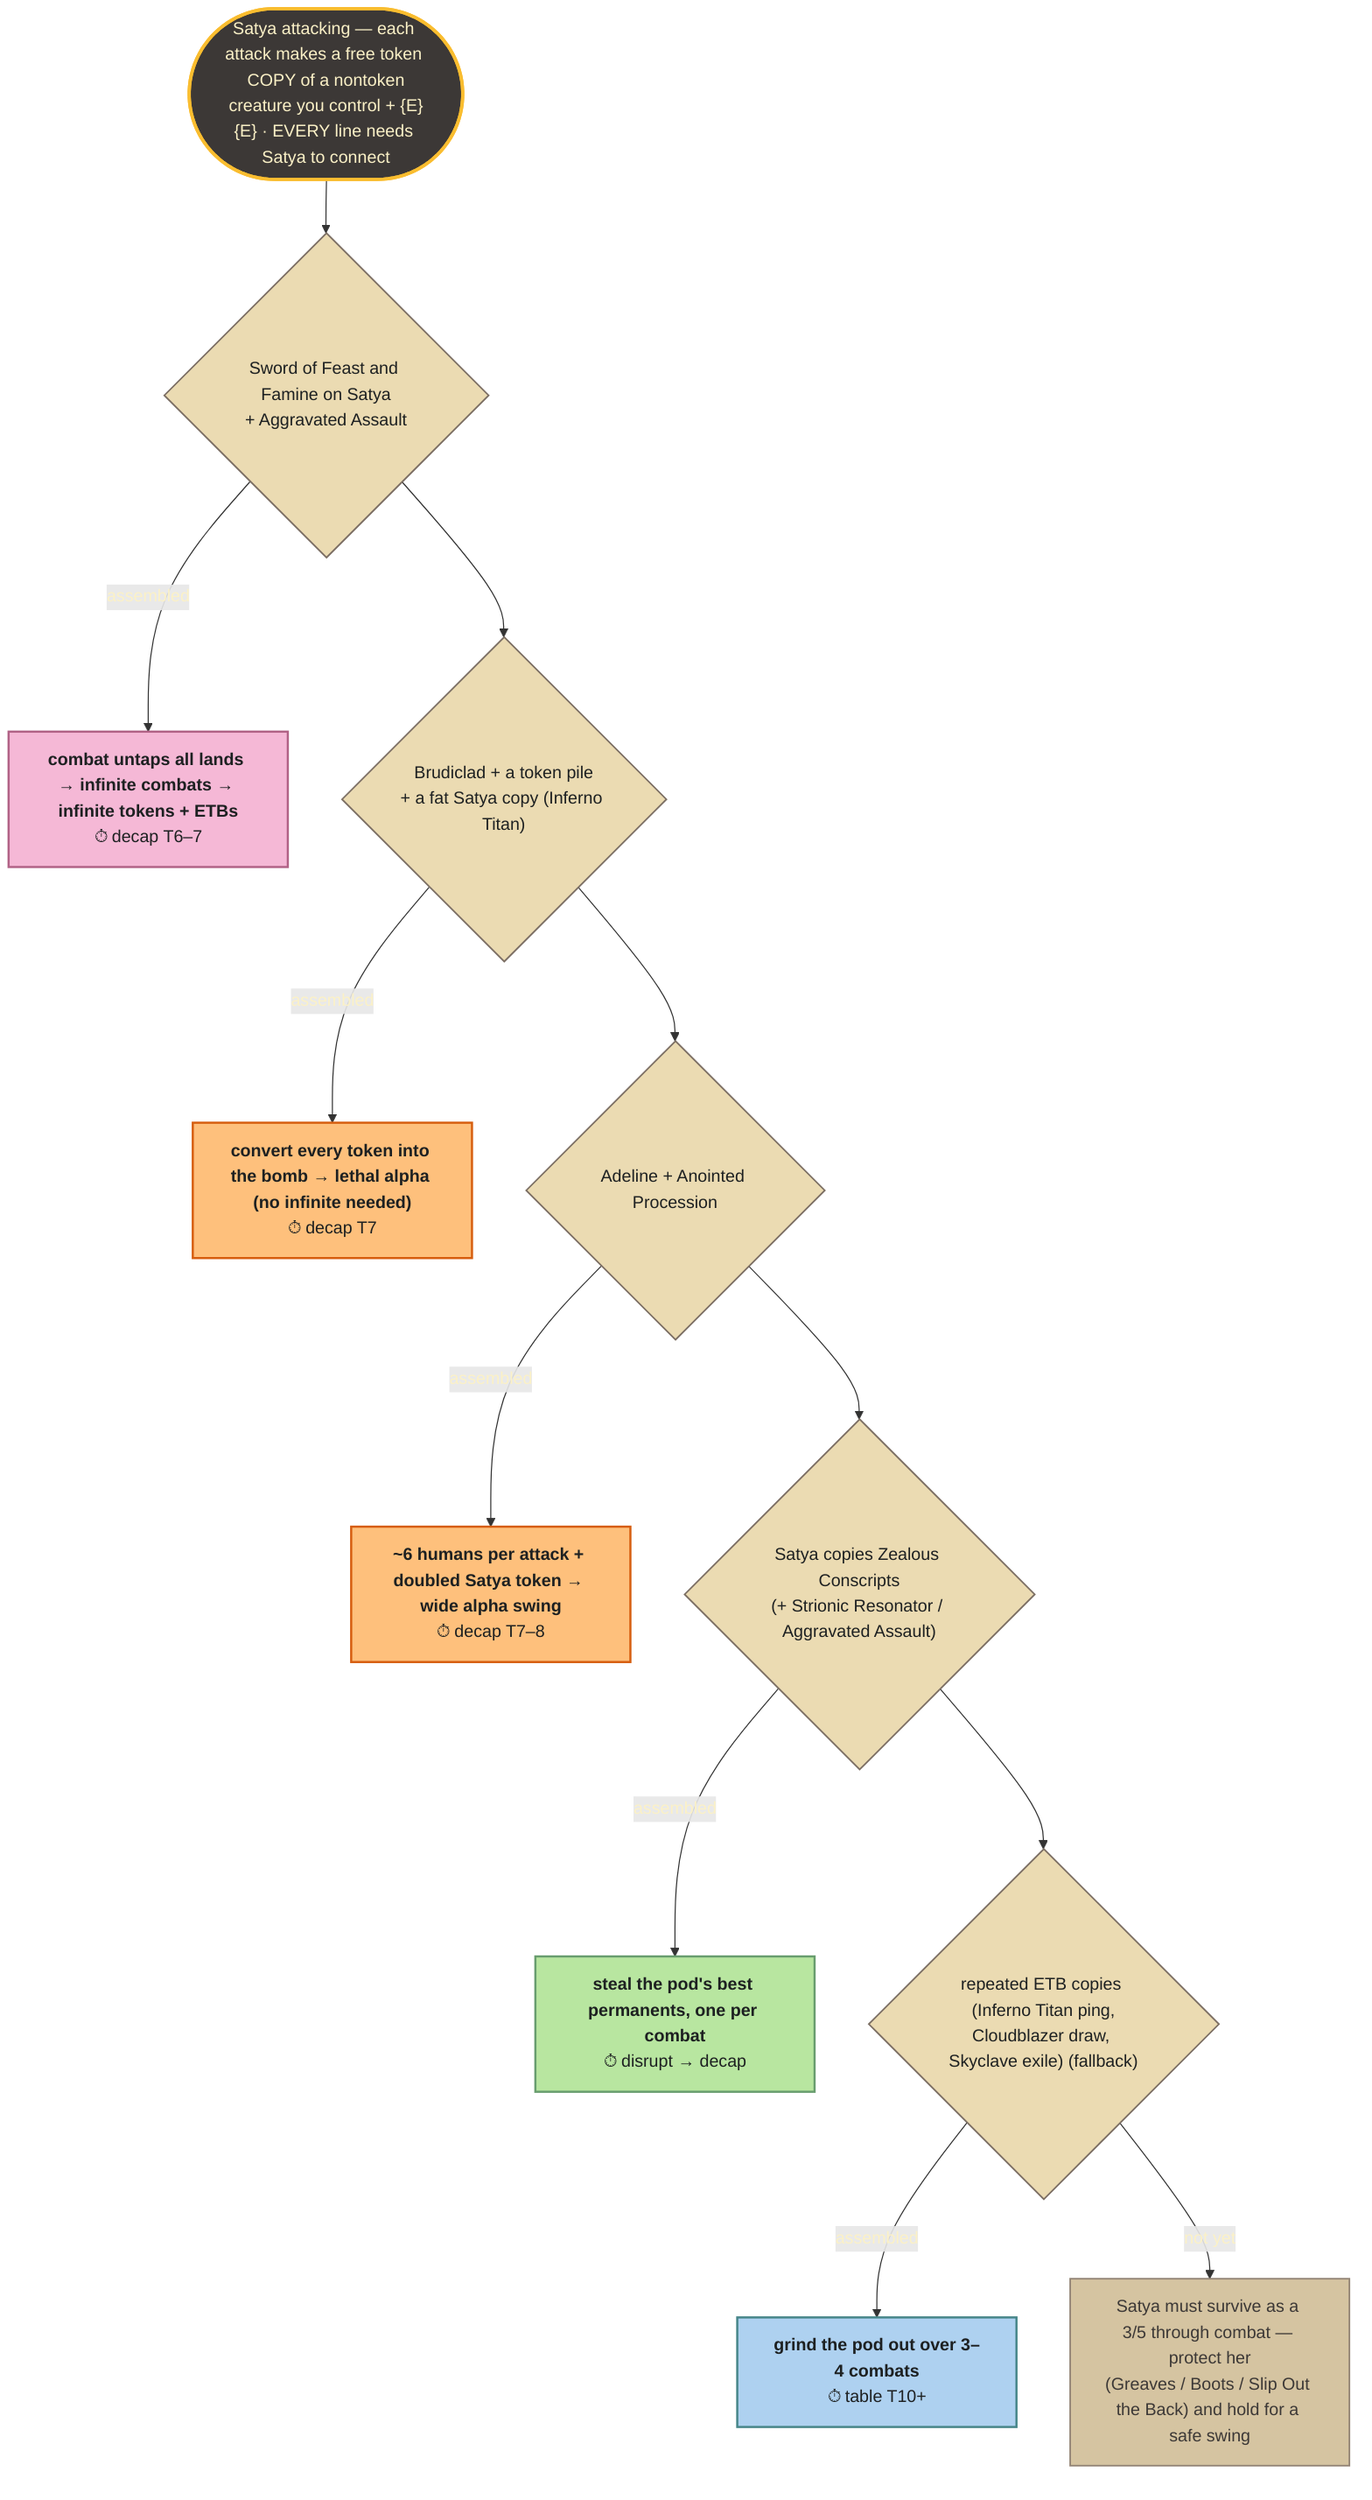
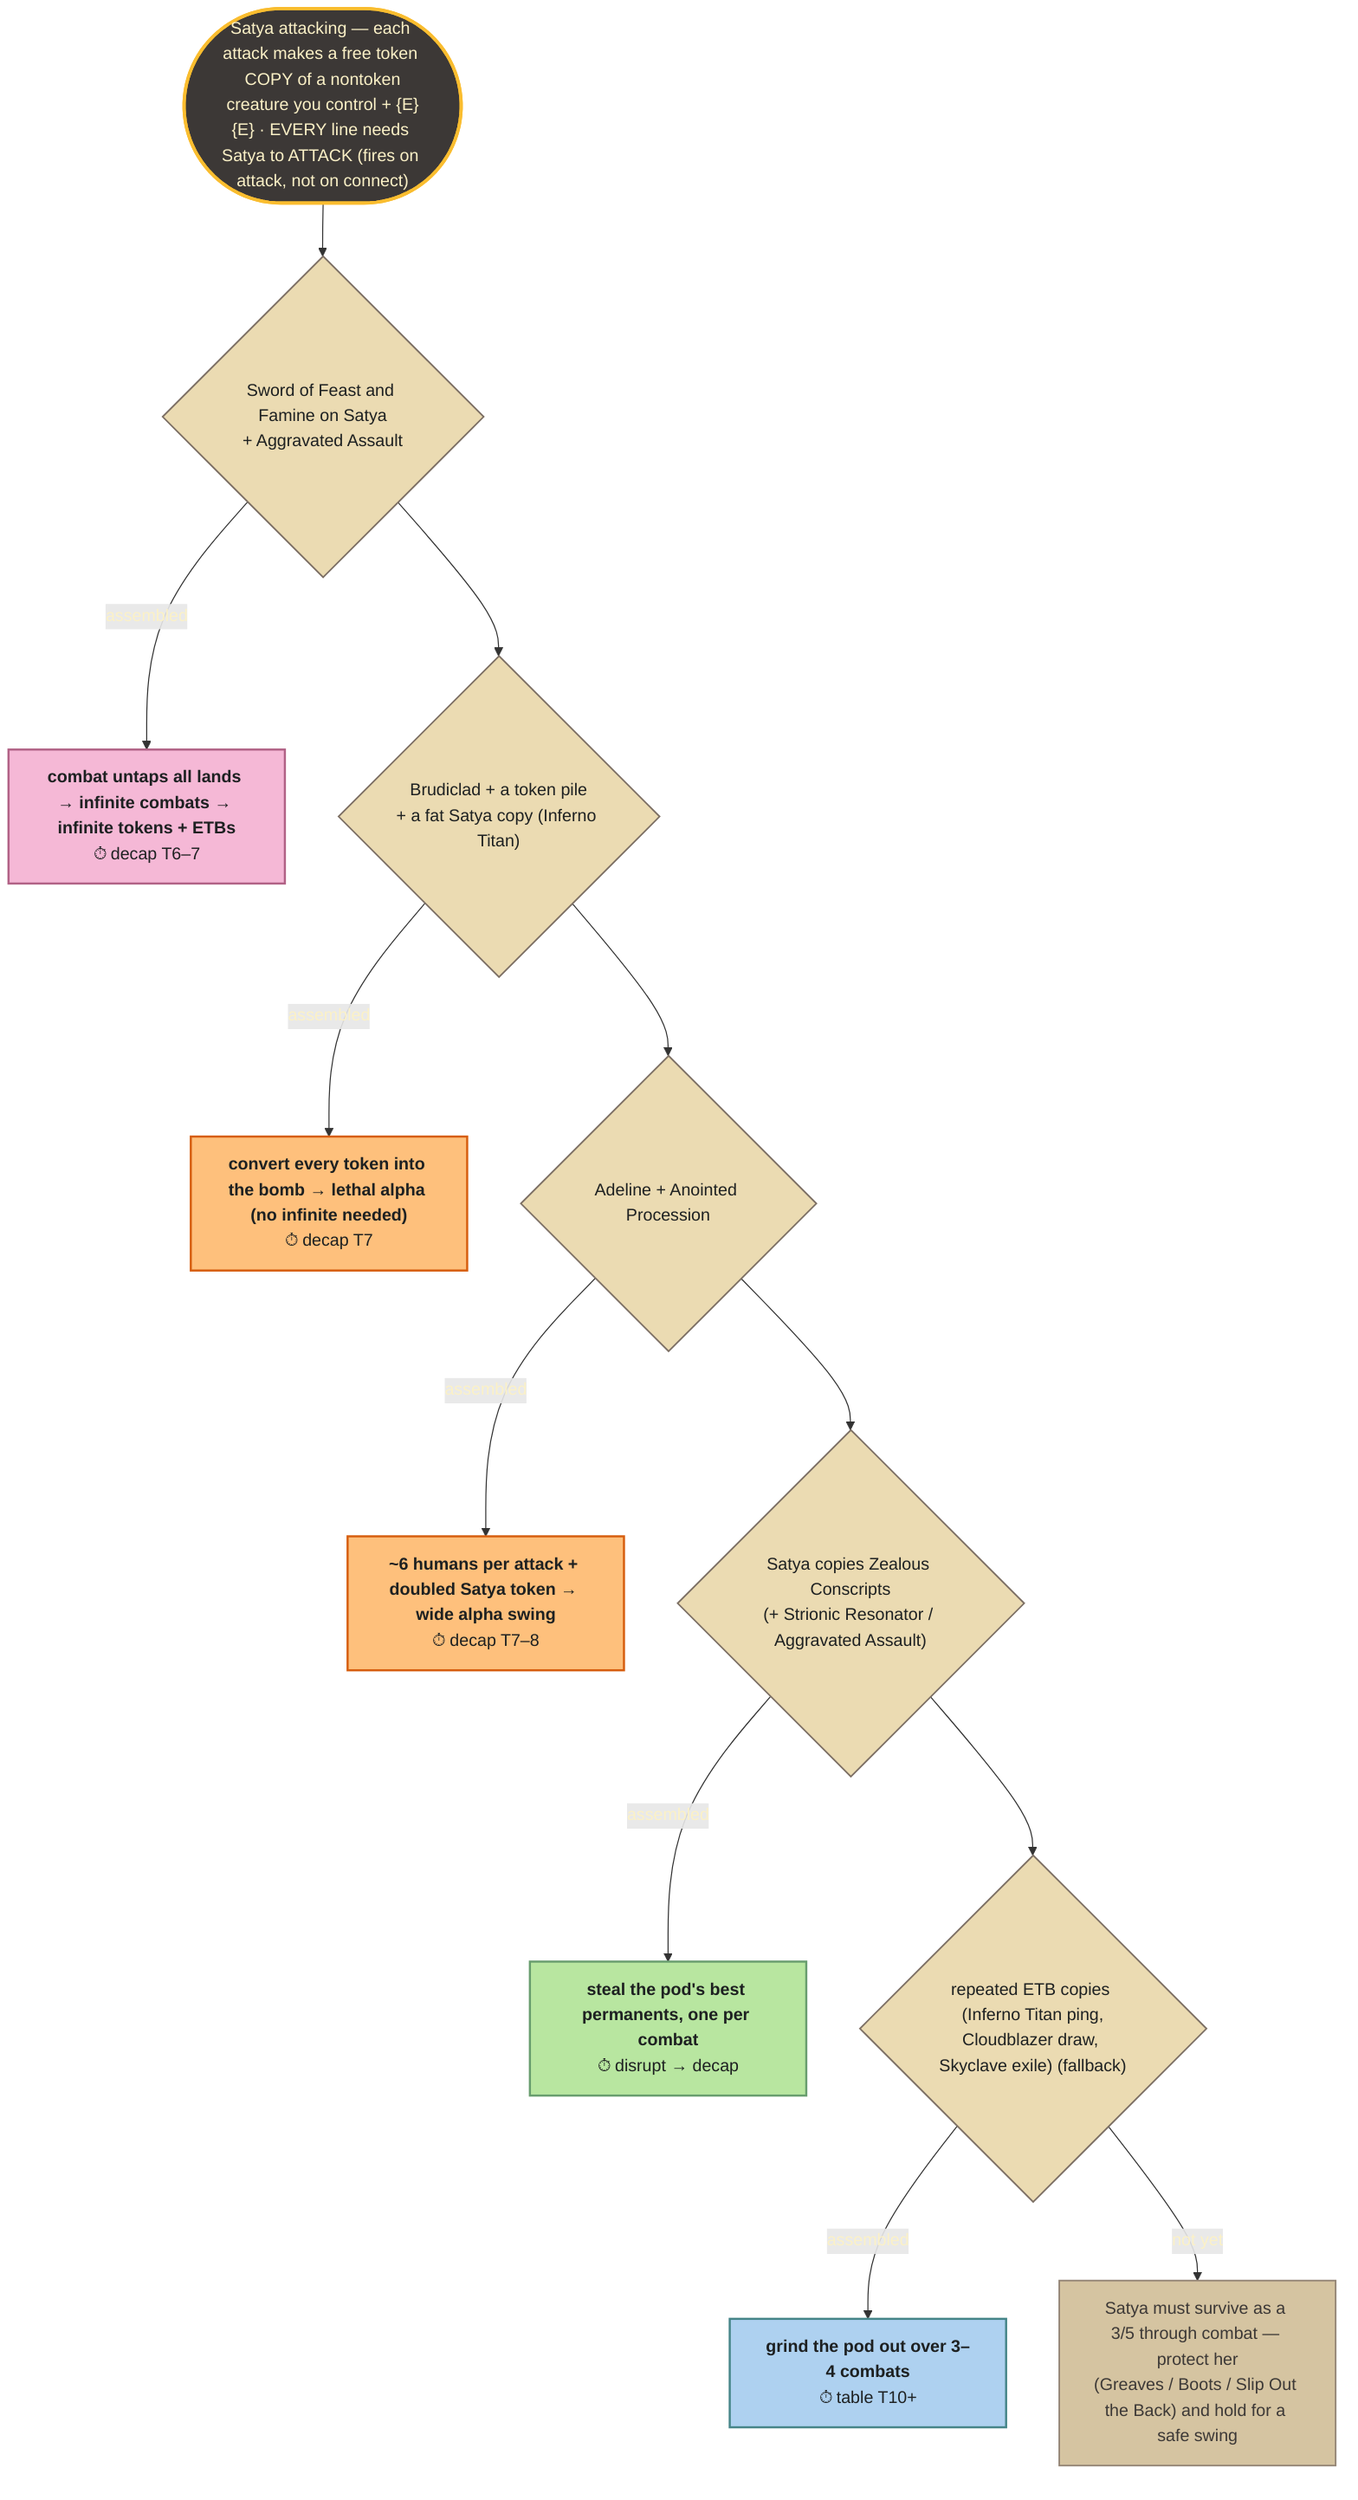
flowchart TD
    classDef root fill:#3c3836,color:#fbf1c7,stroke:#fabd2f,stroke-width:3px;
    classDef ask fill:#ebdbb2,color:#1d2021,stroke:#7c6f64,stroke-width:1.5px;
    classDef combo fill:#f5b8d6,color:#1d2021,stroke:#b16286,stroke-width:2px;
    classDef table fill:#aed1f0,color:#1d2021,stroke:#458588,stroke-width:2px;
    classDef combat fill:#fec07c,color:#1d2021,stroke:#d65d0e,stroke-width:2px;
    classDef enabler fill:#b8e6a0,color:#1d2021,stroke:#689d6e,stroke-width:2px;
    classDef bg fill:#cbe8b8,color:#1d2021,stroke:#689d6e,stroke-width:1.5px,stroke-dasharray:5 4;
    classDef stall fill:#d5c4a1,color:#3c3836,stroke:#928374,stroke-width:1.5px;

-     S(["Satya attacking — each attack makes a free token COPY of a nontoken<br/>creature you control + {E}{E} · EVERY line needs Satya to connect"]):::root
+     S(["Satya attacking — each attack makes a free token COPY of a nontoken<br/>creature you control + {E}{E} · EVERY line needs Satya to ATTACK (fires on attack, not on connect)"]):::root
    S --> A1{"Sword of Feast and Famine on Satya<br/>+ Aggravated Assault"}:::ask
    A1 -- assembled --> K1["<b>combat untaps all lands → infinite combats → infinite tokens + ETBs</b><br/>⏱ decap T6–7"]:::combo
    A1 --> A2{"Brudiclad + a token pile<br/>+ a fat Satya copy (Inferno Titan)"}:::ask
    A2 -- assembled --> K2["<b>convert every token into the bomb → lethal alpha (no infinite needed)</b><br/>⏱ decap T7"]:::combat
    A2 --> A3{"Adeline + Anointed Procession"}:::ask
    A3 -- assembled --> K3["<b>~6 humans per attack + doubled Satya token → wide alpha swing</b><br/>⏱ decap T7–8"]:::combat
    A3 --> A4{"Satya copies Zealous Conscripts<br/>(+ Strionic Resonator / Aggravated Assault)"}:::ask
    A4 -- assembled --> K4["<b>steal the pod's best permanents, one per combat</b><br/>⏱ disrupt → decap"]:::enabler
    A4 --> A5{"repeated ETB copies (Inferno Titan ping,<br/>Cloudblazer draw, Skyclave exile) (fallback)"}:::ask
    A5 -- assembled --> K5["<b>grind the pod out over 3–4 combats</b><br/>⏱ table T10+"]:::table
    A5 -- not yet --> STALL["Satya must survive as a 3/5 through combat — protect her<br/>(Greaves / Boots / Slip Out the Back) and hold for a safe swing"]:::stall
